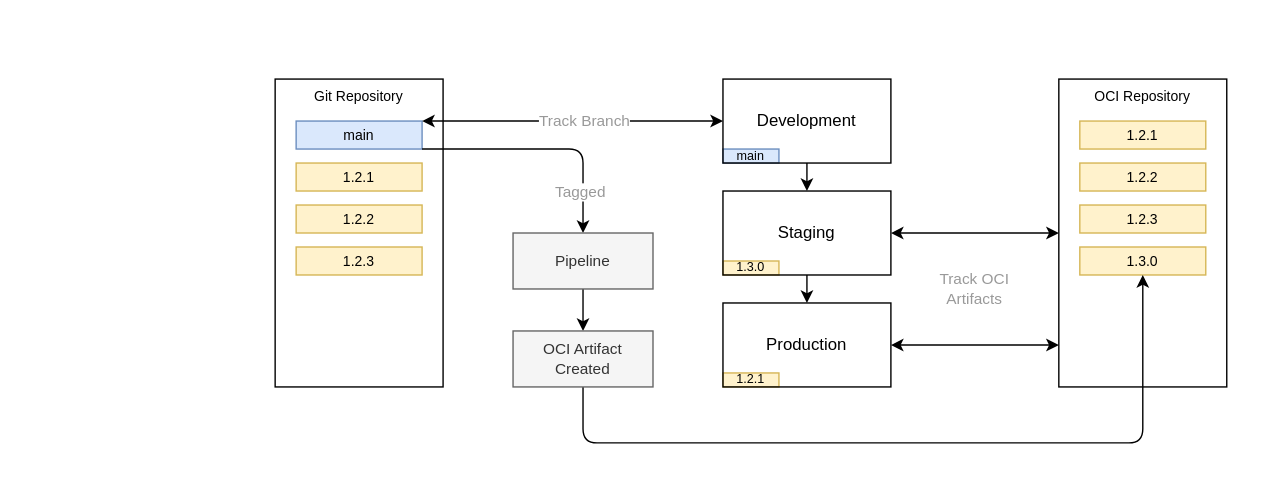
Before: docs/images/change-promotion-platform-c.drawio.svg, a diagram exported from draw.io (danielloader/kubernetes-sdlc). Source tidied: cells renumbered, new cells last; positions are measured from the earlier drawing's top-left corner, leaving out a move shared by most shapes. The source it was exported from:
```xml
<mxGraphModel background="#ffffff">
  <root>
    <mxCell id="0" />
    <mxCell id="1" parent="0" />
    <mxCell id="2" style="rounded=0;whiteSpace=wrap;html=1;fillColor=none;strokeColor=none;" parent="1" vertex="1">
      <mxGeometry width="880" height="320" as="geometry" />
    </mxCell>
    <mxCell id="3" style="edgeStyle=none;html=1;entryX=0;entryY=0.5;entryDx=0;entryDy=0;fontSize=10;fontColor=#999999;startArrow=classic;startFill=1;" parent="1" edge="1" target="5">
      <mxGeometry relative="1" as="geometry">
        <mxPoint x="620" y="150" as="sourcePoint" />
      </mxGeometry>
    </mxCell>
    <mxCell id="4" style="edgeStyle=none;html=1;entryX=0;entryY=0.864;entryDx=0;entryDy=0;entryPerimeter=0;fontSize=10;fontColor=#999999;startArrow=classic;startFill=1;" parent="1" edge="1" target="5">
      <mxGeometry relative="1" as="geometry">
        <mxPoint x="620" y="230" as="sourcePoint" />
      </mxGeometry>
    </mxCell>
    <mxCell id="5" value="OCI Repository" style="rounded=0;whiteSpace=wrap;html=1;fontSize=10;verticalAlign=top;" parent="1" vertex="1">
      <mxGeometry x="740" y="40" width="120" height="220" as="geometry" />
    </mxCell>
    <mxCell id="6" value="1.2.1" style="rounded=0;whiteSpace=wrap;html=1;fontSize=10;fillColor=#fff2cc;strokeColor=#d6b656;" parent="1" vertex="1">
      <mxGeometry x="755" y="70" width="90" height="20" as="geometry" />
    </mxCell>
    <mxCell id="7" value="1.2.2" style="rounded=0;whiteSpace=wrap;html=1;fontSize=10;fillColor=#fff2cc;strokeColor=#d6b656;" parent="1" vertex="1">
      <mxGeometry x="755" y="100" width="90" height="20" as="geometry" />
    </mxCell>
    <mxCell id="8" value="1.2.3" style="rounded=0;whiteSpace=wrap;html=1;fontSize=10;fillColor=#fff2cc;strokeColor=#d6b656;" parent="1" vertex="1">
      <mxGeometry x="755" y="130" width="90" height="20" as="geometry" />
    </mxCell>
    <mxCell id="9" value="Git Repository" style="rounded=0;whiteSpace=wrap;html=1;fontSize=10;verticalAlign=top;" parent="1" vertex="1">
      <mxGeometry x="180" y="40" width="120" height="220" as="geometry" />
    </mxCell>
    <mxCell id="10" value="1.2.1" style="rounded=0;whiteSpace=wrap;html=1;fontSize=10;fillColor=#fff2cc;strokeColor=#d6b656;" parent="1" vertex="1">
      <mxGeometry x="195" y="100" width="90" height="20" as="geometry" />
    </mxCell>
    <mxCell id="11" value="1.2.2" style="rounded=0;whiteSpace=wrap;html=1;fontSize=10;fillColor=#fff2cc;strokeColor=#d6b656;" parent="1" vertex="1">
      <mxGeometry x="195" y="130" width="90" height="20" as="geometry" />
    </mxCell>
    <mxCell id="12" value="1.2.3" style="rounded=0;whiteSpace=wrap;html=1;fontSize=10;fillColor=#fff2cc;strokeColor=#d6b656;" parent="1" vertex="1">
      <mxGeometry x="195" y="160" width="90" height="20" as="geometry" />
    </mxCell>
    <mxCell id="13" value="main" style="rounded=0;whiteSpace=wrap;html=1;fontSize=10;fillColor=#dae8fc;strokeColor=#6c8ebf;" parent="1" vertex="1">
      <mxGeometry x="195" y="70" width="90" height="20" as="geometry" />
    </mxCell>
    <mxCell id="14" style="edgeStyle=orthogonalEdgeStyle;html=1;entryX=0.5;entryY=0;entryDx=0;entryDy=0;exitX=1;exitY=1;exitDx=0;exitDy=0;" parent="1" edge="1" source="13" target="18">
      <mxGeometry relative="1" as="geometry">
        <Array as="points">
          <mxPoint x="400" y="90" />
        </Array>
      </mxGeometry>
    </mxCell>
    <mxCell id="15" value="Tagged" style="edgeLabel;html=1;align=center;verticalAlign=middle;fontColor=#999999;" parent="14" vertex="1">
      <mxGeometry x="-0.23" y="3" relative="1" as="geometry">
        <mxPoint x="45" y="33" as="offset" />
      </mxGeometry>
    </mxCell>
    <mxCell id="16" value="1.3.0" style="rounded=0;whiteSpace=wrap;html=1;fontSize=10;fillColor=#fff2cc;strokeColor=#d6b656;" parent="1" vertex="1">
      <mxGeometry x="755" y="160" width="90" height="20" as="geometry" />
    </mxCell>
    <mxCell id="17" style="edgeStyle=none;html=1;" parent="1" edge="1" source="18" target="20">
      <mxGeometry relative="1" as="geometry" />
    </mxCell>
    <mxCell id="18" value="Pipeline" style="rounded=0;whiteSpace=wrap;html=1;fontSize=11;fillColor=#f5f5f5;strokeColor=#666666;fontColor=#333333;" parent="1" vertex="1">
      <mxGeometry x="350" y="150" width="100" height="40" as="geometry" />
    </mxCell>
    <mxCell id="19" style="edgeStyle=orthogonalEdgeStyle;html=1;entryX=0.5;entryY=1;entryDx=0;entryDy=0;exitX=0.5;exitY=1;exitDx=0;exitDy=0;" parent="1" edge="1" source="20" target="16">
      <mxGeometry relative="1" as="geometry">
        <Array as="points">
          <mxPoint x="400" y="300" />
          <mxPoint x="800" y="300" />
        </Array>
      </mxGeometry>
    </mxCell>
    <mxCell id="20" value="OCI Artifact Created" style="rounded=0;whiteSpace=wrap;html=1;fontSize=11;fillColor=#f5f5f5;strokeColor=#666666;fontColor=#333333;" parent="1" vertex="1">
      <mxGeometry x="350" y="220" width="100" height="40" as="geometry" />
    </mxCell>
    <mxCell id="21" value="Track OCI Artifacts" style="text;html=1;strokeColor=none;fillColor=none;align=center;verticalAlign=middle;whiteSpace=wrap;rounded=0;fontSize=11;fontColor=#999999;" parent="1" vertex="1">
      <mxGeometry x="650" y="170" width="60" height="40" as="geometry" />
    </mxCell>
    <mxCell id="22" style="html=1;entryX=1;entryY=0;entryDx=0;entryDy=0;startArrow=classic;startFill=1;" parent="1" edge="1" target="13">
      <mxGeometry relative="1" as="geometry">
        <mxPoint x="500" y="70" as="sourcePoint" />
      </mxGeometry>
    </mxCell>
    <mxCell id="23" value="&lt;span style=&quot;color: rgba(0, 0, 0, 0); font-family: monospace; font-size: 0px; text-align: start; background-color: rgb(251, 251, 251);&quot;&gt;%3CmxGraphModel%3E%3Croot%3E%3CmxCell%20id%3D%220%22%2F%3E%3CmxCell%20id%3D%221%22%20parent%3D%220%22%2F%3E%3CmxCell%20id%3D%222%22%20value%3D%22Track%20Upstream%20Git%20State%22%20style%3D%22edgeLabel%3Bhtml%3D1%3Balign%3Dcenter%3BverticalAlign%3Dmiddle%3Bresizable%3D0%3Bpoints%3D%5B%5D%3B%22%20vertex%3D%221%22%20connectable%3D%220%22%20parent%3D%221%22%3E%3CmxGeometry%20x%3D%22100.33233453709272%22%20y%3D%2269.82611094484582%22%20as%3D%22geometry%22%2F%3E%3C%2FmxCell%3E%3C%2Froot%3E%3C%2FmxGraphModel%3E&lt;/span&gt;" style="edgeLabel;html=1;align=center;verticalAlign=middle;" parent="22" vertex="1">
      <mxGeometry x="0.2" y="-2" relative="1" as="geometry" />
    </mxCell>
    <mxCell id="24" value="Track Branch" style="edgeLabel;html=1;align=center;verticalAlign=middle;fontSize=11;fontColor=#999999;" parent="22" vertex="1">
      <mxGeometry x="0.09" y="-1" relative="1" as="geometry">
        <mxPoint x="18" as="offset" />
      </mxGeometry>
    </mxCell>
    <mxCell id="25" style="edgeStyle=none;html=1;" parent="1" edge="1" source="31" target="32">
      <mxGeometry relative="1" as="geometry" />
    </mxCell>
    <mxCell id="26" style="edgeStyle=none;html=1;" parent="1" edge="1" source="32" target="30">
      <mxGeometry relative="1" as="geometry" />
    </mxCell>
    <mxCell id="27" value="1.3.0" style="text;html=1;strokeColor=#d6b656;fillColor=#fff2cc;align=center;verticalAlign=middle;whiteSpace=wrap;rounded=0;fontSize=9;" parent="1" vertex="1">
      <mxGeometry x="500" y="170" width="40" height="10" as="geometry" />
    </mxCell>
    <mxCell id="28" value="1.2.1" style="text;html=1;strokeColor=#d6b656;fillColor=#fff2cc;align=center;verticalAlign=middle;whiteSpace=wrap;rounded=0;fontSize=9;" parent="1" vertex="1">
      <mxGeometry x="500" y="250" width="40" height="10" as="geometry" />
    </mxCell>
    <mxCell id="29" value="main" style="text;html=1;strokeColor=#6c8ebf;fillColor=#dae8fc;align=center;verticalAlign=middle;whiteSpace=wrap;rounded=0;fontSize=9;" parent="1" vertex="1">
      <mxGeometry x="500" y="90" width="40" height="10" as="geometry" />
    </mxCell>
    <mxCell id="30" value="Production" style="rounded=0;whiteSpace=wrap;html=1;fillColor=none;" parent="1" vertex="1">
      <mxGeometry x="500" y="200" width="120" height="60" as="geometry" />
    </mxCell>
    <mxCell id="31" value="Development" style="rounded=0;whiteSpace=wrap;html=1;fillColor=none;" parent="1" vertex="1">
      <mxGeometry x="500" y="40" width="120" height="60" as="geometry" />
    </mxCell>
    <mxCell id="32" value="Staging" style="rounded=0;whiteSpace=wrap;html=1;fillColor=none;" parent="1" vertex="1">
      <mxGeometry x="500" y="120" width="120" height="60" as="geometry" />
    </mxCell>
  </root>
</mxGraphModel>
```
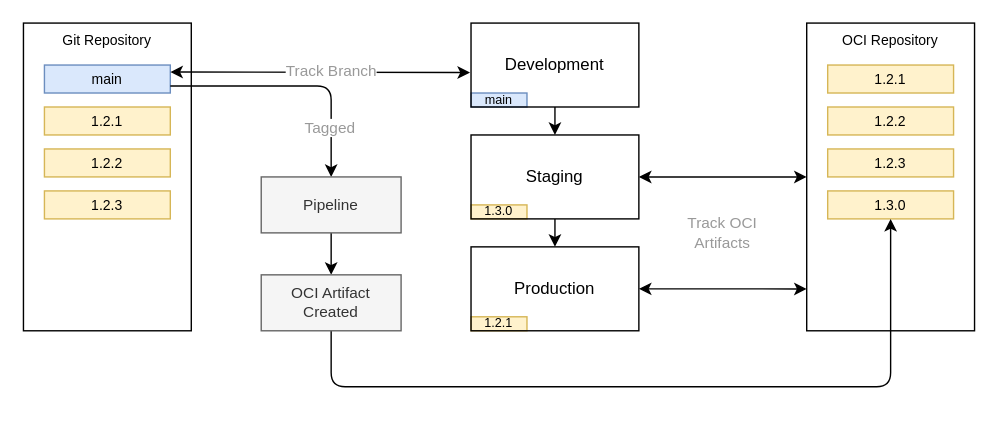
Above is the later version.

What changed in the source:
```diff
@@ -2,9 +2,6 @@
   <root>
     <mxCell id="0" />
     <mxCell id="1" parent="0" />
-    <mxCell id="2" style="rounded=0;whiteSpace=wrap;html=1;fillColor=none;strokeColor=none;" parent="1" vertex="1">
-      <mxGeometry width="880" height="320" as="geometry" />
-    </mxCell>
     <mxCell id="3" style="edgeStyle=none;html=1;entryX=0;entryY=0.5;entryDx=0;entryDy=0;fontSize=10;fontColor=#999999;startArrow=classic;startFill=1;" parent="1" edge="1" target="5">
       <mxGeometry relative="1" as="geometry">
         <mxPoint x="620" y="150" as="sourcePoint" />
@@ -42,12 +39,8 @@
     <mxCell id="13" value="main" style="rounded=0;whiteSpace=wrap;html=1;fontSize=10;fillColor=#dae8fc;strokeColor=#6c8ebf;" parent="1" vertex="1">
       <mxGeometry x="195" y="70" width="90" height="20" as="geometry" />
     </mxCell>
-    <mxCell id="14" style="edgeStyle=orthogonalEdgeStyle;html=1;entryX=0.5;entryY=0;entryDx=0;entryDy=0;exitX=1;exitY=1;exitDx=0;exitDy=0;" parent="1" edge="1" source="13" target="18">
-      <mxGeometry relative="1" as="geometry">
-        <Array as="points">
-          <mxPoint x="400" y="90" />
-        </Array>
-      </mxGeometry>
+    <mxCell id="14" style="edgeStyle=orthogonalEdgeStyle;html=1;entryX=0.5;entryY=0;entryDx=0;entryDy=0;exitX=1;exitY=0.75;exitDx=0;exitDy=0;" parent="1" edge="1" source="13" target="18">
+      <mxGeometry relative="1" as="geometry" />
     </mxCell>
     <mxCell id="15" value="Tagged" style="edgeLabel;html=1;align=center;verticalAlign=middle;fontColor=#999999;" parent="14" vertex="1">
       <mxGeometry x="-0.23" y="3" relative="1" as="geometry">
@@ -77,10 +70,8 @@
     <mxCell id="21" value="Track OCI Artifacts" style="text;html=1;strokeColor=none;fillColor=none;align=center;verticalAlign=middle;whiteSpace=wrap;rounded=0;fontSize=11;fontColor=#999999;" parent="1" vertex="1">
       <mxGeometry x="650" y="170" width="60" height="40" as="geometry" />
     </mxCell>
-    <mxCell id="22" style="html=1;entryX=1;entryY=0;entryDx=0;entryDy=0;startArrow=classic;startFill=1;" parent="1" edge="1" target="13">
-      <mxGeometry relative="1" as="geometry">
-        <mxPoint x="500" y="70" as="sourcePoint" />
-      </mxGeometry>
+    <mxCell id="22" style="html=1;entryX=1;entryY=0.25;entryDx=0;entryDy=0;startArrow=classic;startFill=1;exitX=-0.006;exitY=0.589;exitDx=0;exitDy=0;exitPerimeter=0;" parent="1" edge="1" source="31" target="13">
+      <mxGeometry relative="1" as="geometry" />
     </mxCell>
     <mxCell id="23" value="&lt;span style=&quot;color: rgba(0, 0, 0, 0); font-family: monospace; font-size: 0px; text-align: start; background-color: rgb(251, 251, 251);&quot;&gt;%3CmxGraphModel%3E%3Croot%3E%3CmxCell%20id%3D%220%22%2F%3E%3CmxCell%20id%3D%221%22%20parent%3D%220%22%2F%3E%3CmxCell%20id%3D%222%22%20value%3D%22Track%20Upstream%20Git%20State%22%20style%3D%22edgeLabel%3Bhtml%3D1%3Balign%3Dcenter%3BverticalAlign%3Dmiddle%3Bresizable%3D0%3Bpoints%3D%5B%5D%3B%22%20vertex%3D%221%22%20connectable%3D%220%22%20parent%3D%221%22%3E%3CmxGeometry%20x%3D%22100.33233453709272%22%20y%3D%2269.82611094484582%22%20as%3D%22geometry%22%2F%3E%3C%2FmxCell%3E%3C%2Froot%3E%3C%2FmxGraphModel%3E&lt;/span&gt;" style="edgeLabel;html=1;align=center;verticalAlign=middle;" parent="22" vertex="1">
       <mxGeometry x="0.2" y="-2" relative="1" as="geometry" />
```
